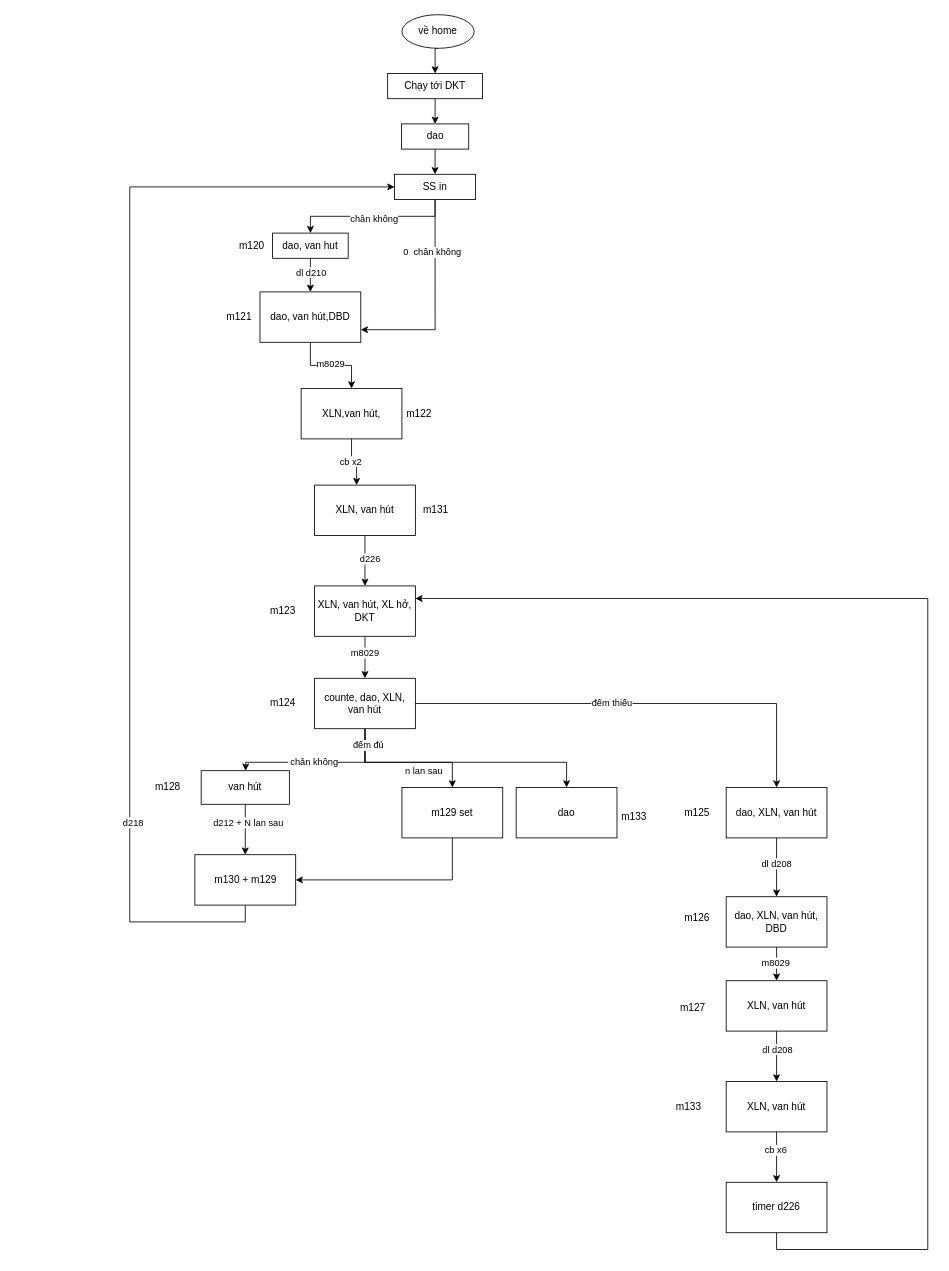
Earlier version of the draw.io diagram trai muc sau.drawio (robowindgit/a0-quyencun). Source tidied: cells renumbered, new cells numbered last; positions are measured from the earlier drawing's top-left corner, leaving out a move shared by most shapes. Both pictures are drawn from the tidied source at 84%, with x=0, y=0 at pixel (129, 14).
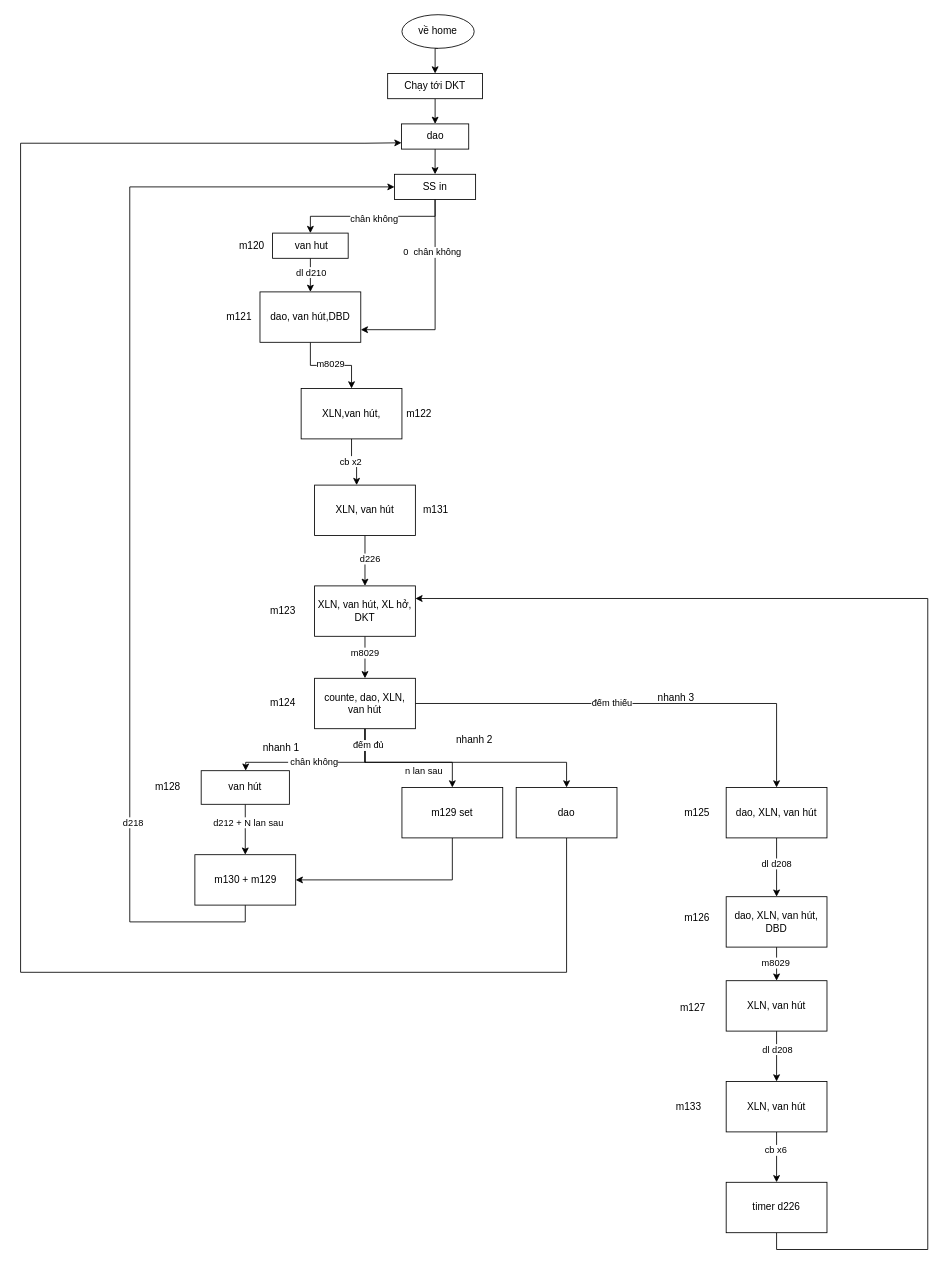
After the change.

Commit message:
Cập nhật trai muc sau.drawio

Unchanged cells that the change refers to:
```xml
<mxCell id="7" value="dao" style="whiteSpace=wrap;html=1;" parent="1" vertex="1">
  <mxGeometry x="323.5" y="130" width="80" height="30" as="geometry" />
</mxCell>
<mxCell id="52" value="dao" style="whiteSpace=wrap;html=1;" parent="1" vertex="1">
  <mxGeometry x="460" y="920" width="120" height="60" as="geometry" />
</mxCell>
```

What changed in the source:
```diff
@@
-    <mxCell id="15" value="dao, van hut" style="whiteSpace=wrap;html=1;" parent="1" vertex="1">
+    <mxCell id="15" value="&amp;nbsp;van hut" style="whiteSpace=wrap;html=1;" parent="1" vertex="1">
       <mxGeometry x="170" y="260" width="90" height="30" as="geometry" />
     </mxCell>
@@
+    <mxCell id="72" style="edgeStyle=orthogonalEdgeStyle;rounded=0;jettySize=auto;html=1;entryX=0;entryY=0.75;entryDx=0;entryDy=0;exitX=0.5;exitY=1;exitDx=0;exitDy=0;" parent="1" edge="1" source="52" target="7">
+      <mxGeometry relative="1" as="geometry">
+        <Array as="points">
+          <mxPoint x="520" y="1140" />
+          <mxPoint x="-130" y="1140" />
+          <mxPoint x="-130" y="153" />
+          <mxPoint x="280" y="153" />
+        </Array>
+      </mxGeometry>
+    </mxCell>
@@
-    <mxCell id="57" value="m133" style="text;html=1;align=center;verticalAlign=middle;strokeColor=none;fillColor=none;" parent="1" vertex="1">
-      <mxGeometry x="575" y="940" width="50" height="30" as="geometry" />
-    </mxCell>
@@
+    <mxCell id="73" value="nhanh 3" style="text;html=1;align=center;verticalAlign=middle;strokeColor=none;fillColor=none;" parent="1" vertex="1">
+      <mxGeometry x="615" y="798" width="70" height="30" as="geometry" />
+    </mxCell>
+    <mxCell id="74" value="nhanh 1" style="text;html=1;align=center;verticalAlign=middle;strokeColor=none;fillColor=none;" parent="1" vertex="1">
+      <mxGeometry x="145" y="858" width="70" height="30" as="geometry" />
+    </mxCell>
+    <mxCell id="75" value="nhanh 2" style="text;html=1;align=center;verticalAlign=middle;strokeColor=none;fillColor=none;" parent="1" vertex="1">
+      <mxGeometry x="375" y="848" width="70" height="30" as="geometry" />
+    </mxCell>
```
